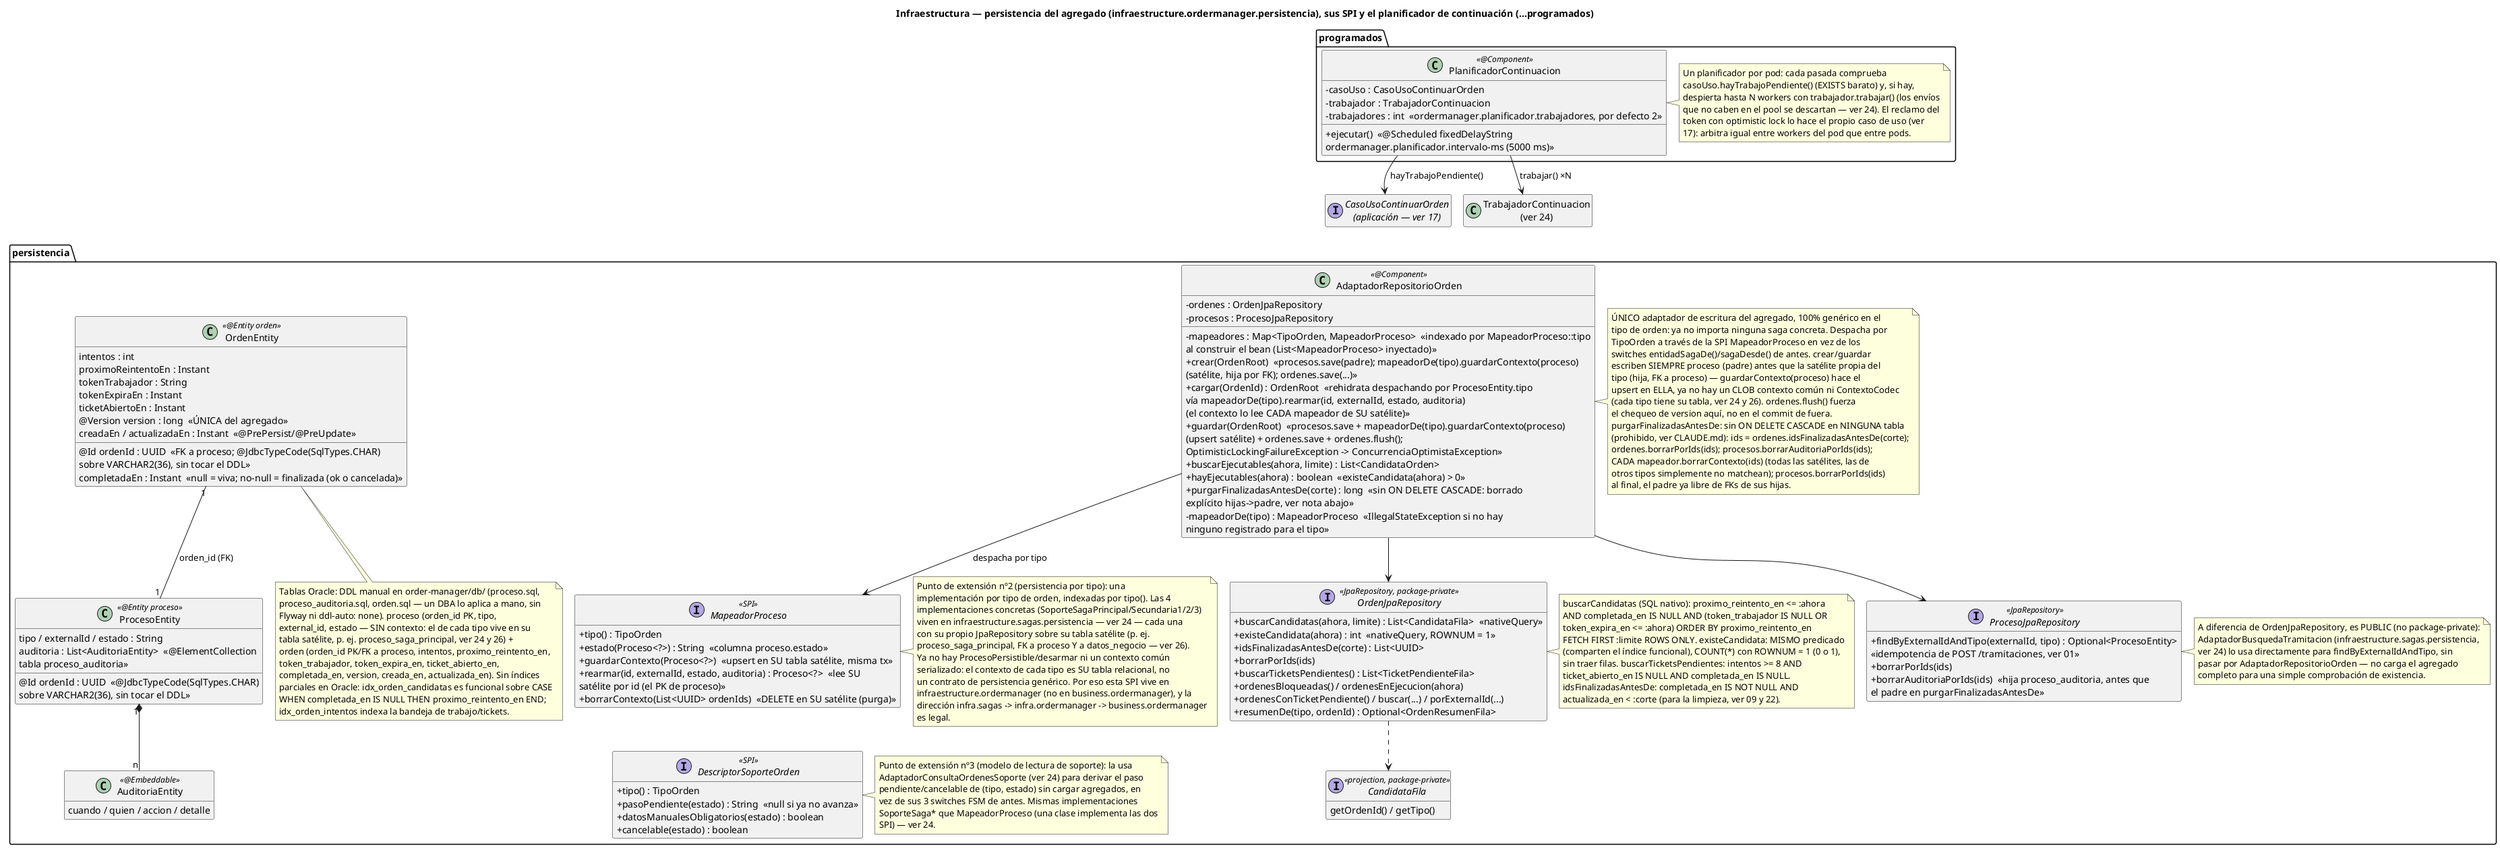
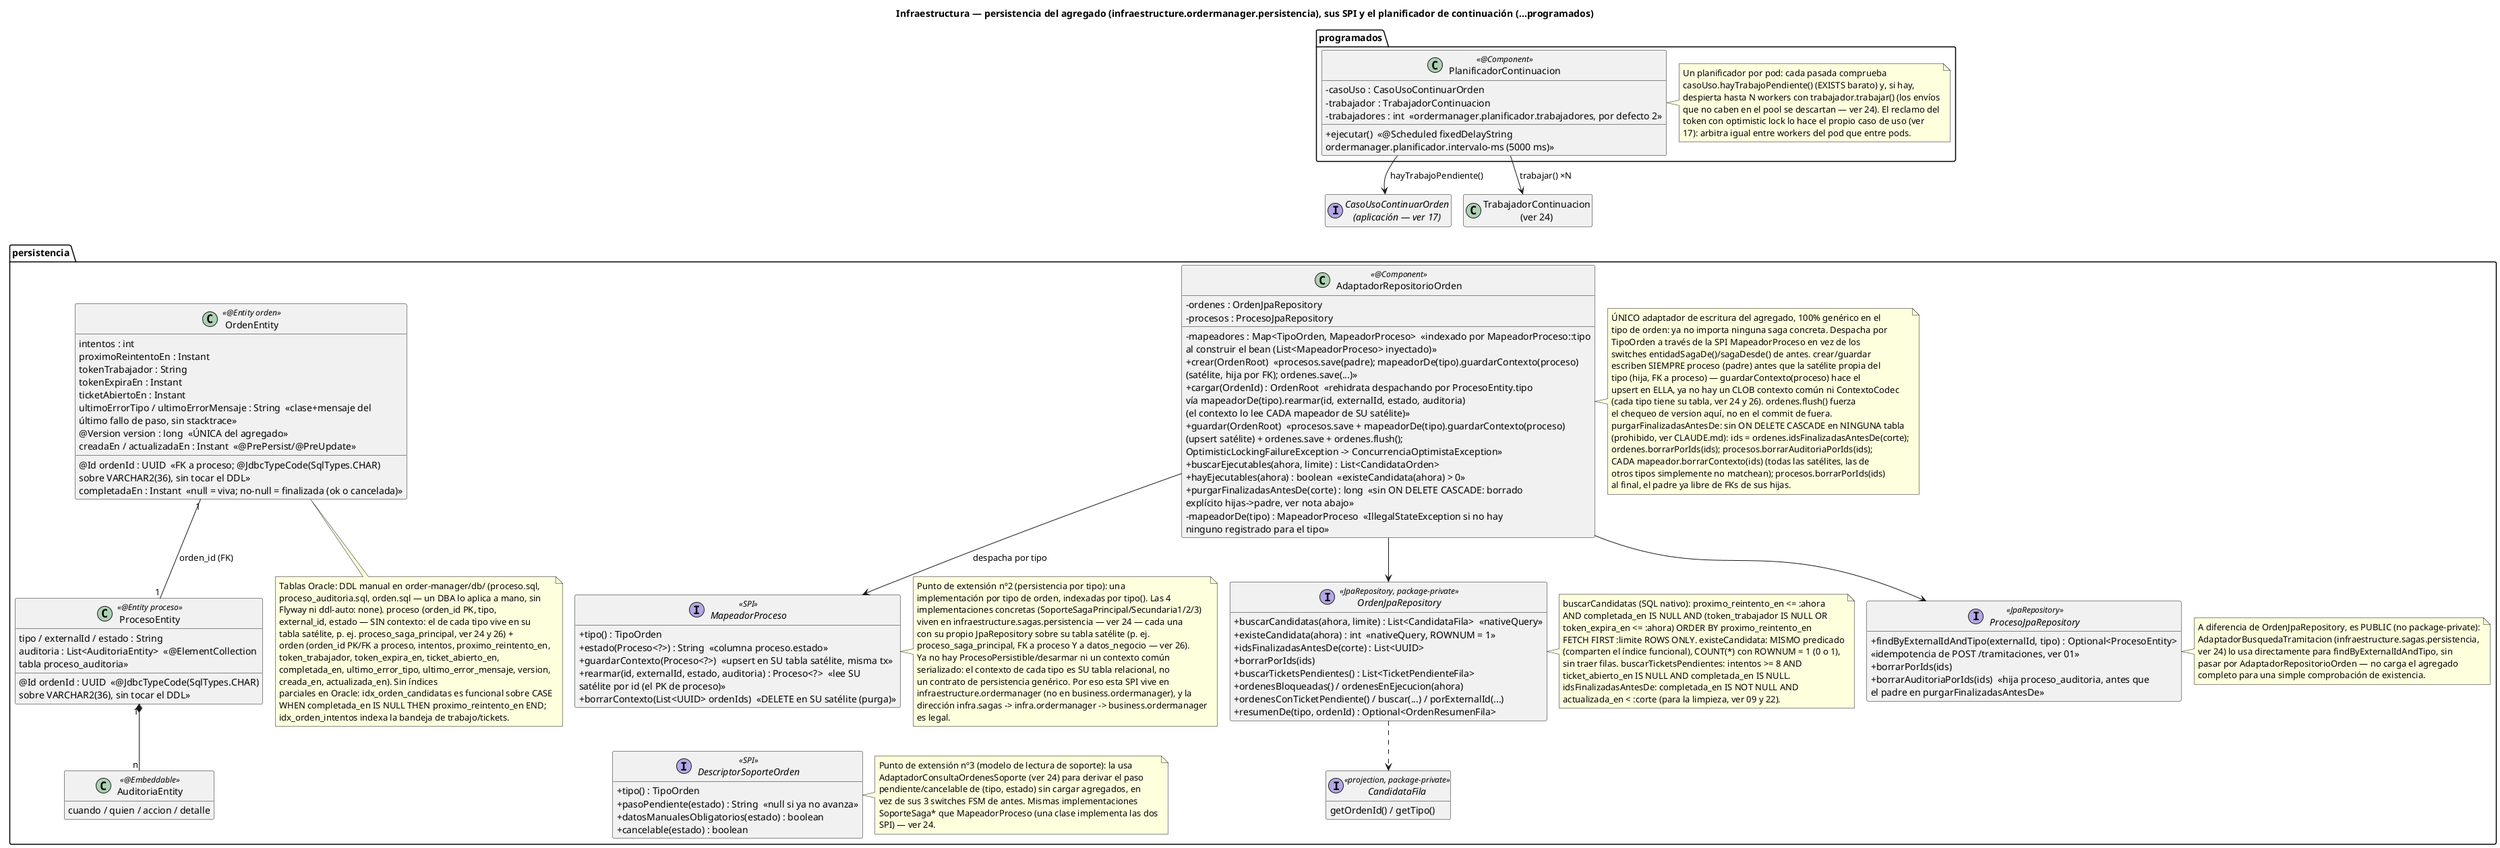
@startuml 23-clases-infraestructura-persistencia
title Infraestructura — persistencia del agregado (infraestructure.ordermanager.persistencia), sus SPI y el planificador de continuación (...programados)
!pragma layout smetana
hide empty members
skinparam classAttributeIconSize 0

package "programados" {
  class PlanificadorContinuacion <<@Component>> {
    -casoUso : CasoUsoContinuarOrden
    -trabajador : TrabajadorContinuacion
    -trabajadores : int  «ordermanager.planificador.trabajadores, por defecto 2»
    +ejecutar()  «@Scheduled fixedDelayString\nordermanager.planificador.intervalo-ms (5000 ms)»
  }
  note right of PlanificadorContinuacion
    Un planificador por pod: cada pasada comprueba
    casoUso.hayTrabajoPendiente() (EXISTS barato) y, si hay,
    despierta hasta N workers con trabajador.trabajar() (los envíos
    que no caben en el pool se descartan — ver 24). El reclamo del
    token con optimistic lock lo hace el propio caso de uso (ver
    17): arbitra igual entre workers del pod que entre pods.
  end note
}

interface "CasoUsoContinuarOrden\n(aplicación — ver 17)" as CasoUsoContinuarOrden
class "TrabajadorContinuacion\n(ver 24)" as TrabajadorContinuacion

package "persistencia" {
  class AdaptadorRepositorioOrden <<@Component>> {
    -ordenes : OrdenJpaRepository
    -procesos : ProcesoJpaRepository
    -mapeadores : Map<TipoOrden, MapeadorProceso>  «indexado por MapeadorProceso::tipo\nal construir el bean (List<MapeadorProceso> inyectado)»
    +crear(OrdenRoot)  «procesos.save(padre); mapeadorDe(tipo).guardarContexto(proceso)\n(satélite, hija por FK); ordenes.save(...)»
    +cargar(OrdenId) : OrdenRoot  «rehidrata despachando por ProcesoEntity.tipo\nvía mapeadorDe(tipo).rearmar(id, externalId, estado, auditoria)\n(el contexto lo lee CADA mapeador de SU satélite)»
    +guardar(OrdenRoot)  «procesos.save + mapeadorDe(tipo).guardarContexto(proceso)\n(upsert satélite) + ordenes.save + ordenes.flush();\nOptimisticLockingFailureException -> ConcurrenciaOptimistaException»
    +buscarEjecutables(ahora, limite) : List<CandidataOrden>
    +hayEjecutables(ahora) : boolean  «existeCandidata(ahora) > 0»
    +purgarFinalizadasAntesDe(corte) : long  «sin ON DELETE CASCADE: borrado\nexplícito hijas->padre, ver nota abajo»
    -mapeadorDe(tipo) : MapeadorProceso  «IllegalStateException si no hay\nninguno registrado para el tipo»
  }
  note right of AdaptadorRepositorioOrden
    ÚNICO adaptador de escritura del agregado, 100% genérico en el
    tipo de orden: ya no importa ninguna saga concreta. Despacha por
    TipoOrden a través de la SPI MapeadorProceso en vez de los
    switches entidadSagaDe()/sagaDesde() de antes. crear/guardar
    escriben SIEMPRE proceso (padre) antes que la satélite propia del
    tipo (hija, FK a proceso) — guardarContexto(proceso) hace el
    upsert en ELLA, ya no hay un CLOB contexto común ni ContextoCodec
    (cada tipo tiene su tabla, ver 24 y 26). ordenes.flush() fuerza
    el chequeo de version aquí, no en el commit de fuera.
    purgarFinalizadasAntesDe: sin ON DELETE CASCADE en NINGUNA tabla
    (prohibido, ver CLAUDE.md): ids = ordenes.idsFinalizadasAntesDe(corte);
    ordenes.borrarPorIds(ids); procesos.borrarAuditoriaPorIds(ids);
    CADA mapeador.borrarContexto(ids) (todas las satélites, las de
    otros tipos simplemente no matchean); procesos.borrarPorIds(ids)
    al final, el padre ya libre de FKs de sus hijas.
  end note

  interface MapeadorProceso <<SPI>> {
    +tipo() : TipoOrden
    +estado(Proceso<?>) : String  «columna proceso.estado»
    +guardarContexto(Proceso<?>)  «upsert en SU tabla satélite, misma tx»
    +rearmar(id, externalId, estado, auditoria) : Proceso<?>  «lee SU\nsatélite por id (el PK de proceso)»
    +borrarContexto(List<UUID> ordenIds)  «DELETE en SU satélite (purga)»
  }
  note right of MapeadorProceso
    Punto de extensión nº2 (persistencia por tipo): una
    implementación por tipo de orden, indexadas por tipo(). Las 4
    implementaciones concretas (SoporteSagaPrincipal/Secundaria1/2/3)
    viven en infraestructure.sagas.persistencia — ver 24 — cada una
    con su propio JpaRepository sobre su tabla satélite (p. ej.
    proceso_saga_principal, FK a proceso Y a datos_negocio — ver 26).
    Ya no hay ProcesoPersistible/desarmar ni un contexto común
    serializado: el contexto de cada tipo es SU tabla relacional, no
    un contrato de persistencia genérico. Por eso esta SPI vive en
    infraestructure.ordermanager (no en business.ordermanager), y la
    dirección infra.sagas -> infra.ordermanager -> business.ordermanager
    es legal.
  end note

  interface DescriptorSoporteOrden <<SPI>> {
    +tipo() : TipoOrden
    +pasoPendiente(estado) : String  «null si ya no avanza»
    +datosManualesObligatorios(estado) : boolean
    +cancelable(estado) : boolean
  }
  note right of DescriptorSoporteOrden
    Punto de extensión nº3 (modelo de lectura de soporte): la usa
    AdaptadorConsultaOrdenesSoporte (ver 24) para derivar el paso
    pendiente/cancelable de (tipo, estado) sin cargar agregados, en
    vez de sus 3 switches FSM de antes. Mismas implementaciones
    SoporteSaga* que MapeadorProceso (una clase implementa las dos
    SPI) — ver 24.
  end note

  interface "OrdenJpaRepository" as OrdenJpa <<JpaRepository, package-private>> {
    +buscarCandidatas(ahora, limite) : List<CandidataFila>  «nativeQuery»
    +existeCandidata(ahora) : int  «nativeQuery, ROWNUM = 1»
    +idsFinalizadasAntesDe(corte) : List<UUID>
    +borrarPorIds(ids)
    +buscarTicketsPendientes() : List<TicketPendienteFila>
    +ordenesBloqueadas() / ordenesEnEjecucion(ahora)
    +ordenesConTicketPendiente() / buscar(...) / porExternalId(...)
    +resumenDe(tipo, ordenId) : Optional<OrdenResumenFila>
  }
  interface "ProcesoJpaRepository" as ProcesoJpa <<JpaRepository>> {
    +findByExternalIdAndTipo(externalId, tipo) : Optional<ProcesoEntity>\n«idempotencia de POST /tramitaciones, ver 01»
    +borrarPorIds(ids)
    +borrarAuditoriaPorIds(ids)  «hija proceso_auditoria, antes que\nel padre en purgarFinalizadasAntesDe»
  }
  note right of ProcesoJpa
    A diferencia de OrdenJpaRepository, es PUBLIC (no package-private):
    AdaptadorBusquedaTramitacion (infraestructure.sagas.persistencia,
    ver 24) lo usa directamente para findByExternalIdAndTipo, sin
    pasar por AdaptadorRepositorioOrden — no carga el agregado
    completo para una simple comprobación de existencia.
  end note
  interface CandidataFila <<projection, package-private>> {
    getOrdenId() / getTipo()
  }

  class OrdenEntity <<@Entity orden>> {
    @Id ordenId : UUID  «FK a proceso; @JdbcTypeCode(SqlTypes.CHAR)\nsobre VARCHAR2(36), sin tocar el DDL»
    intentos : int
    proximoReintentoEn : Instant
    tokenTrabajador : String
    tokenExpiraEn : Instant
    ticketAbiertoEn : Instant
    completadaEn : Instant  «null = viva; no-null = finalizada (ok o cancelada)»
+     ultimoErrorTipo / ultimoErrorMensaje : String  «clase+mensaje del\núltimo fallo de paso, sin stacktrace»
    @Version version : long  «ÚNICA del agregado»
    creadaEn / actualizadaEn : Instant  «@PrePersist/@PreUpdate»
  }
  class ProcesoEntity <<@Entity proceso>> {
    @Id ordenId : UUID  «@JdbcTypeCode(SqlTypes.CHAR)\nsobre VARCHAR2(36), sin tocar el DDL»
    tipo / externalId / estado : String
    auditoria : List<AuditoriaEntity>  «@ElementCollection\ntabla proceso_auditoria»
  }
  class AuditoriaEntity <<@Embeddable>> {
    cuando / quien / accion / detalle
  }

  note bottom of OrdenEntity
    Tablas Oracle: DDL manual en order-manager/db/ (proceso.sql,
    proceso_auditoria.sql, orden.sql — un DBA lo aplica a mano, sin
    Flyway ni ddl-auto: none). proceso (orden_id PK, tipo,
    external_id, estado — SIN contexto: el de cada tipo vive en su
    tabla satélite, p. ej. proceso_saga_principal, ver 24 y 26) +
    orden (orden_id PK/FK a proceso, intentos, proximo_reintento_en,
    token_trabajador, token_expira_en, ticket_abierto_en,
-     completada_en, version, creada_en, actualizada_en). Sin índices
+     completada_en, ultimo_error_tipo, ultimo_error_mensaje, version,
+     creada_en, actualizada_en). Sin índices
    parciales en Oracle: idx_orden_candidatas es funcional sobre CASE
    WHEN completada_en IS NULL THEN proximo_reintento_en END;
    idx_orden_intentos indexa la bandeja de trabajo/tickets.
  end note

  note right of OrdenJpa
    buscarCandidatas (SQL nativo): proximo_reintento_en <= :ahora
    AND completada_en IS NULL AND (token_trabajador IS NULL OR
    token_expira_en <= :ahora) ORDER BY proximo_reintento_en
    FETCH FIRST :limite ROWS ONLY. existeCandidata: MISMO predicado
    (comparten el índice funcional), COUNT(*) con ROWNUM = 1 (0 o 1),
    sin traer filas. buscarTicketsPendientes: intentos >= 8 AND
    ticket_abierto_en IS NULL AND completada_en IS NULL.
    idsFinalizadasAntesDe: completada_en IS NOT NULL AND
    actualizada_en < :corte (para la limpieza, ver 09 y 22).
  end note
}

PlanificadorContinuacion --> CasoUsoContinuarOrden : hayTrabajoPendiente()
PlanificadorContinuacion --> TrabajadorContinuacion : trabajar() ×N
AdaptadorRepositorioOrden --> OrdenJpa
AdaptadorRepositorioOrden --> ProcesoJpa
AdaptadorRepositorioOrden --> MapeadorProceso : despacha por tipo
OrdenJpa ..> CandidataFila
OrdenEntity "1" -- "1" ProcesoEntity : orden_id (FK)
ProcesoEntity "1" *-- "n" AuditoriaEntity

PlanificadorContinuacion -[hidden]down- CasoUsoContinuarOrden
CasoUsoContinuarOrden -[hidden]down- AdaptadorRepositorioOrden
MapeadorProceso -[hidden]down- DescriptorSoporteOrden
@enduml
